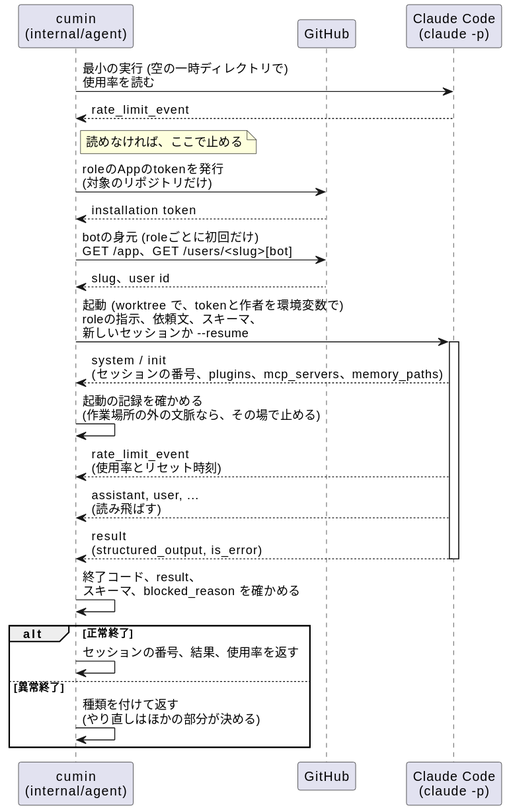
Earlier version of the PlantUML export docs/ja/designs/agent-run.svg (cloveclovedev/cumin-works).
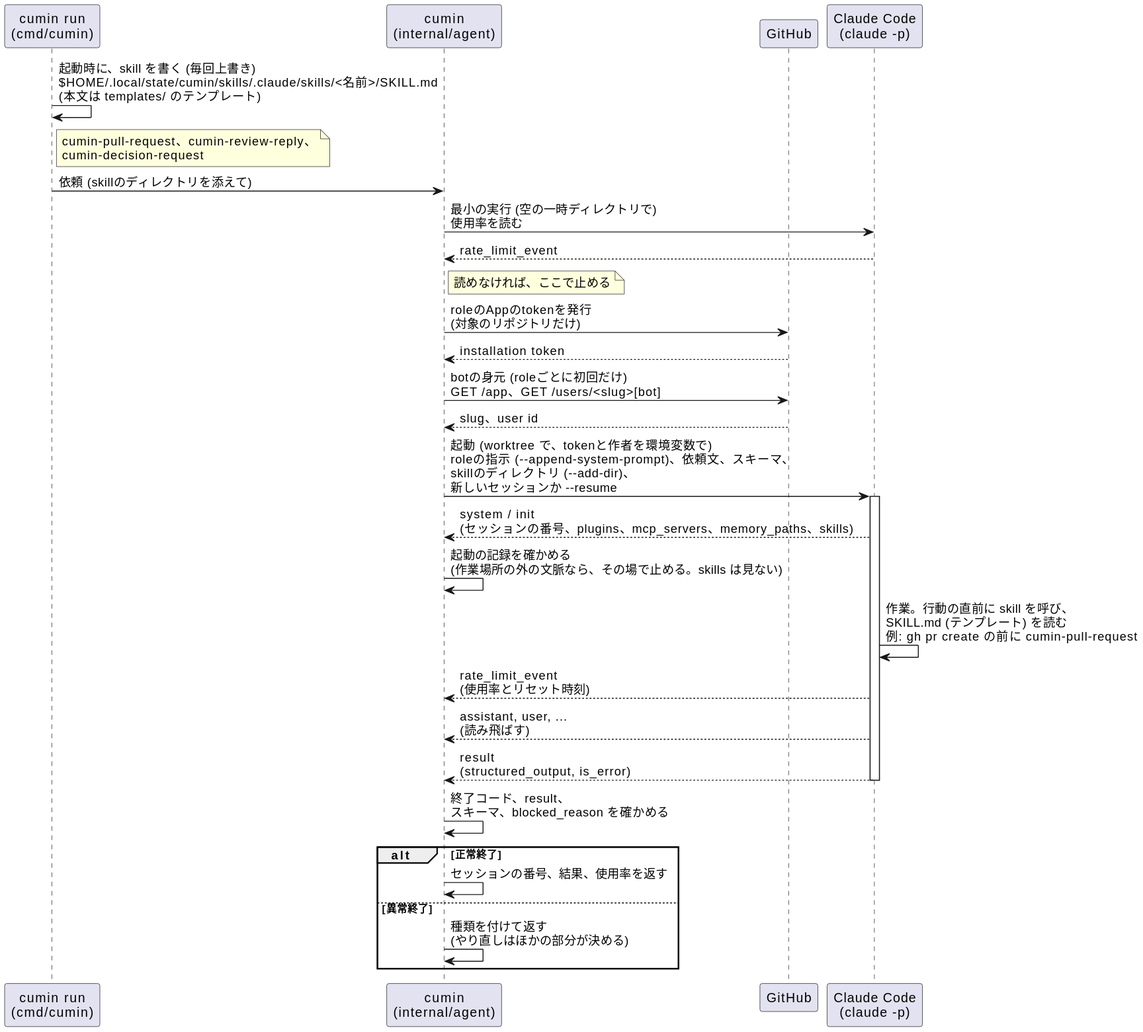
The same file after the commit.

Commit message:
docs(designs): show the skills in the sequence diagram of one agent run

Claude-Session: https://claude.ai/code/session_01T9JQQdxpL9gxQk35gxnuA8

Diff of the diagram source:
```diff
@@ -2,9 +2,14 @@
 skinparam shadowing false
 skinparam defaultFontName sans-serif
 
+participant "cumin run\n(cmd/cumin)" as run
 participant "cumin\n(internal/agent)" as cumin
 participant "GitHub" as github
 participant "Claude Code\n(claude -p)" as claude
+
+run -> run : 起動時に、skill を書く (毎回上書き)\n$HOME/.local/state/cumin/skills/.claude/skills/<名前>/SKILL.md\n(本文は templates/ のテンプレート)
+note right of run : cumin-pull-request、cumin-review-reply、\ncumin-decision-request
+run -> cumin : 依頼 (skillのディレクトリを添えて)
 
 cumin -> claude : 最小の実行 (空の一時ディレクトリで)\n使用率を読む
 claude --> cumin : rate_limit_event
@@ -15,10 +20,11 @@
 cumin -> github : botの身元 (roleごとに初回だけ)\nGET /app、GET /users/<slug>[bot]
 github --> cumin : slug、user id
 
-cumin -> claude : 起動 (worktree で、tokenと作者を環境変数で)\nroleの指示、依頼文、スキーマ、\n新しいセッションか --resume
+cumin -> claude : 起動 (worktree で、tokenと作者を環境変数で)\nroleの指示 (--append-system-prompt)、依頼文、スキーマ、\nskillのディレクトリ (--add-dir)、\n新しいセッションか --resume
 activate claude
-claude --> cumin : system / init\n(セッションの番号、plugins、mcp_servers、memory_paths)
-cumin -> cumin : 起動の記録を確かめる\n(作業場所の外の文脈なら、その場で止める)
+claude --> cumin : system / init\n(セッションの番号、plugins、mcp_servers、memory_paths、skills)
+cumin -> cumin : 起動の記録を確かめる\n(作業場所の外の文脈なら、その場で止める。skills は見ない)
+claude -> claude : 作業。行動の直前に skill を呼び、\nSKILL.md (テンプレート) を読む\n例: gh pr create の前に cumin-pull-request
 claude --> cumin : rate_limit_event\n(使用率とリセット時刻)
 claude --> cumin : assistant, user, ...\n(読み飛ばす)
 claude --> cumin : result\n(structured_output, is_error)
```
